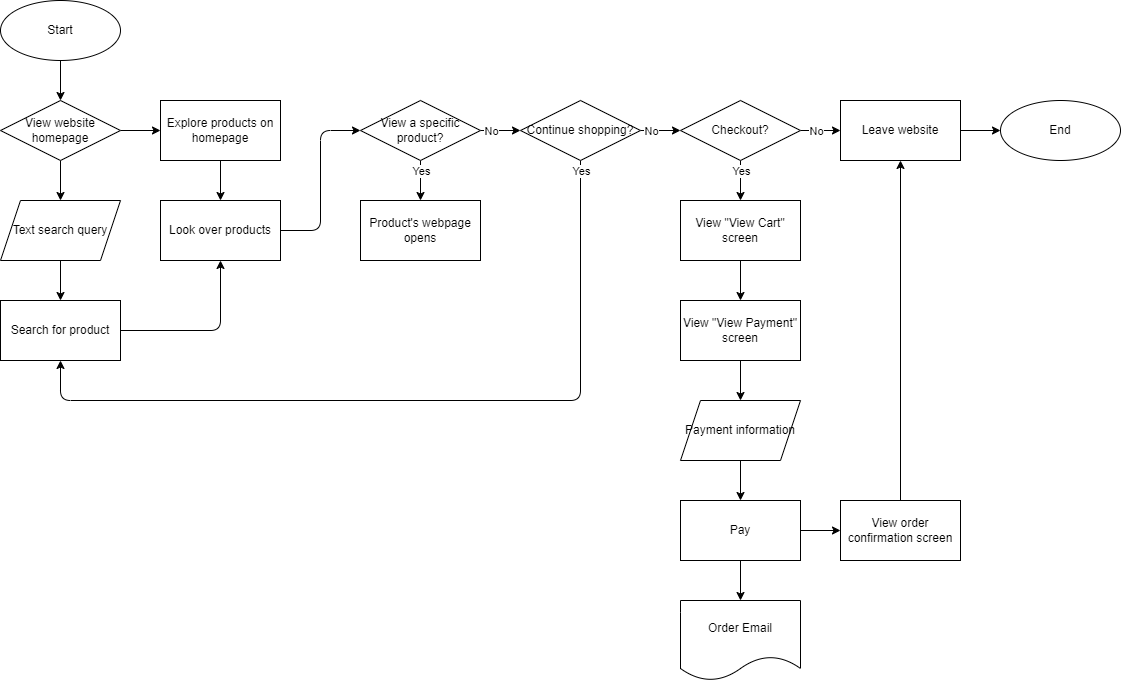
Above: explore/diagramming/diagram.drawio.png in warren231/sp24-cse110-lab4 (draw.io), before the change. Source tidied: cells renumbered, new cells last; positions are measured from the earlier drawing's top-left corner, leaving out a move shared by most shapes. Source of this version:
```xml
<mxGraphModel>
  <root>
    <mxCell id="0" />
    <mxCell id="1" parent="0" />
    <mxCell id="2" style="edgeStyle=none;html=1;" parent="1" edge="1" target="5">
      <mxGeometry relative="1" as="geometry">
        <mxPoint x="120" y="130" as="sourcePoint" />
      </mxGeometry>
    </mxCell>
    <mxCell id="3" style="edgeStyle=none;html=1;entryX=0.5;entryY=0;entryDx=0;entryDy=0;" parent="1" edge="1" target="7">
      <mxGeometry relative="1" as="geometry">
        <mxPoint x="60" y="260" as="sourcePoint" />
      </mxGeometry>
    </mxCell>
    <mxCell id="4" style="edgeStyle=none;html=1;" parent="1" edge="1" source="5" target="9">
      <mxGeometry relative="1" as="geometry" />
    </mxCell>
    <mxCell id="5" value="Explore products on homepage" style="rounded=0;whiteSpace=wrap;html=1;" parent="1" vertex="1">
      <mxGeometry x="160" y="100" width="120" height="60" as="geometry" />
    </mxCell>
    <mxCell id="6" style="edgeStyle=none;html=1;" parent="1" edge="1" source="7" target="9">
      <mxGeometry relative="1" as="geometry">
        <Array as="points">
          <mxPoint x="220" y="330" />
        </Array>
      </mxGeometry>
    </mxCell>
    <mxCell id="7" value="Search for product" style="rounded=0;whiteSpace=wrap;html=1;" parent="1" vertex="1">
      <mxGeometry y="300" width="120" height="60" as="geometry" />
    </mxCell>
    <mxCell id="8" style="edgeStyle=none;html=1;entryX=0;entryY=0.5;entryDx=0;entryDy=0;" parent="1" edge="1" source="9" target="19">
      <mxGeometry relative="1" as="geometry">
        <Array as="points">
          <mxPoint x="320" y="230" />
          <mxPoint x="320" y="130" />
        </Array>
      </mxGeometry>
    </mxCell>
    <mxCell id="9" value="Look over products" style="rounded=0;whiteSpace=wrap;html=1;" parent="1" vertex="1">
      <mxGeometry x="160" y="200" width="120" height="60" as="geometry" />
    </mxCell>
    <mxCell id="10" style="edgeStyle=none;html=1;" parent="1" edge="1" target="12">
      <mxGeometry relative="1" as="geometry">
        <mxPoint x="420" y="160" as="sourcePoint" />
      </mxGeometry>
    </mxCell>
    <mxCell id="11" value="Yes" style="edgeLabel;html=1;align=center;verticalAlign=middle;" parent="10" vertex="1">
      <mxGeometry x="-0.33" y="-2" relative="1" as="geometry">
        <mxPoint x="2" y="-3" as="offset" />
      </mxGeometry>
    </mxCell>
    <mxCell id="12" value="Product's webpage opens" style="rounded=0;whiteSpace=wrap;html=1;" parent="1" vertex="1">
      <mxGeometry x="360" y="200" width="120" height="60" as="geometry" />
    </mxCell>
    <mxCell id="13" style="edgeStyle=none;html=1;" parent="1" edge="1" source="14">
      <mxGeometry relative="1" as="geometry">
        <mxPoint x="60" y="100" as="targetPoint" />
      </mxGeometry>
    </mxCell>
    <mxCell id="14" value="Start" style="ellipse;whiteSpace=wrap;html=1;" parent="1" vertex="1">
      <mxGeometry width="120" height="60" as="geometry" />
    </mxCell>
    <mxCell id="15" value="Text search query" style="shape=parallelogram;perimeter=parallelogramPerimeter;whiteSpace=wrap;html=1;fixedSize=1;" parent="1" vertex="1">
      <mxGeometry y="200" width="120" height="60" as="geometry" />
    </mxCell>
    <mxCell id="16" style="edgeStyle=none;html=1;entryX=0.5;entryY=0;entryDx=0;entryDy=0;" parent="1" edge="1" target="15">
      <mxGeometry relative="1" as="geometry">
        <mxPoint x="60" y="160" as="sourcePoint" />
      </mxGeometry>
    </mxCell>
    <mxCell id="17" style="edgeStyle=none;html=1;" parent="1" edge="1" source="19" target="24">
      <mxGeometry relative="1" as="geometry" />
    </mxCell>
    <mxCell id="18" value="No" style="edgeLabel;html=1;align=center;verticalAlign=middle;" parent="17" vertex="1">
      <mxGeometry x="-0.52" y="5" relative="1" as="geometry">
        <mxPoint y="5" as="offset" />
      </mxGeometry>
    </mxCell>
    <mxCell id="19" value="View a specific product?" style="rhombus;whiteSpace=wrap;html=1;" parent="1" vertex="1">
      <mxGeometry x="360" y="100" width="120" height="60" as="geometry" />
    </mxCell>
    <mxCell id="20" style="edgeStyle=none;html=1;" parent="1" edge="1" source="24" target="29">
      <mxGeometry relative="1" as="geometry" />
    </mxCell>
    <mxCell id="21" value="No" style="edgeLabel;html=1;align=center;verticalAlign=middle;" parent="20" vertex="1">
      <mxGeometry x="-0.26" y="-4" relative="1" as="geometry">
        <mxPoint x="-5" y="-4" as="offset" />
      </mxGeometry>
    </mxCell>
    <mxCell id="22" style="edgeStyle=none;html=1;entryX=0.5;entryY=1;entryDx=0;entryDy=0;" parent="1" edge="1" source="24" target="7">
      <mxGeometry relative="1" as="geometry">
        <Array as="points">
          <mxPoint x="580" y="400" />
          <mxPoint x="60" y="400" />
        </Array>
      </mxGeometry>
    </mxCell>
    <mxCell id="23" value="Yes" style="edgeLabel;html=1;align=center;verticalAlign=middle;" parent="22" vertex="1">
      <mxGeometry x="0.04" relative="1" as="geometry">
        <mxPoint x="178" y="-230" as="offset" />
      </mxGeometry>
    </mxCell>
    <mxCell id="24" value="Continue shopping?" style="rhombus;whiteSpace=wrap;html=1;" parent="1" vertex="1">
      <mxGeometry x="520" y="100" width="120" height="60" as="geometry" />
    </mxCell>
    <mxCell id="25" style="edgeStyle=none;html=1;" parent="1" edge="1" source="29" target="31">
      <mxGeometry relative="1" as="geometry" />
    </mxCell>
    <mxCell id="26" value="No" style="edgeLabel;html=1;align=center;verticalAlign=middle;" parent="25" vertex="1">
      <mxGeometry x="-0.49" y="-5" relative="1" as="geometry">
        <mxPoint x="5" y="-5" as="offset" />
      </mxGeometry>
    </mxCell>
    <mxCell id="27" style="edgeStyle=none;html=1;" parent="1" edge="1" source="29" target="34">
      <mxGeometry relative="1" as="geometry" />
    </mxCell>
    <mxCell id="28" value="Yes" style="edgeLabel;html=1;align=center;verticalAlign=middle;" parent="27" vertex="1">
      <mxGeometry x="-0.45" y="7" relative="1" as="geometry">
        <mxPoint x="-7" y="-1" as="offset" />
      </mxGeometry>
    </mxCell>
    <mxCell id="29" value="Checkout?" style="rhombus;whiteSpace=wrap;html=1;" parent="1" vertex="1">
      <mxGeometry x="680" y="100" width="120" height="60" as="geometry" />
    </mxCell>
    <mxCell id="30" style="edgeStyle=none;html=1;" parent="1" edge="1" source="31" target="32">
      <mxGeometry relative="1" as="geometry" />
    </mxCell>
    <mxCell id="31" value="Leave website" style="whiteSpace=wrap;html=1;" parent="1" vertex="1">
      <mxGeometry x="840" y="100" width="120" height="60" as="geometry" />
    </mxCell>
    <mxCell id="32" value="End" style="ellipse;whiteSpace=wrap;html=1;" parent="1" vertex="1">
      <mxGeometry x="1000" y="100" width="120" height="60" as="geometry" />
    </mxCell>
    <mxCell id="33" style="edgeStyle=none;html=1;" parent="1" edge="1" source="34" target="36">
      <mxGeometry relative="1" as="geometry" />
    </mxCell>
    <mxCell id="34" value="View &quot;View Cart&quot; screen" style="whiteSpace=wrap;html=1;" parent="1" vertex="1">
      <mxGeometry x="680" y="200" width="120" height="60" as="geometry" />
    </mxCell>
    <mxCell id="35" style="edgeStyle=none;html=1;" parent="1" edge="1" source="36" target="38">
      <mxGeometry relative="1" as="geometry" />
    </mxCell>
    <mxCell id="36" value="View &quot;View Payment&quot; screen" style="whiteSpace=wrap;html=1;" parent="1" vertex="1">
      <mxGeometry x="680" y="300" width="120" height="60" as="geometry" />
    </mxCell>
    <mxCell id="37" style="edgeStyle=none;html=1;" parent="1" edge="1" source="38" target="41">
      <mxGeometry relative="1" as="geometry" />
    </mxCell>
    <mxCell id="38" value="Payment information" style="shape=parallelogram;perimeter=parallelogramPerimeter;whiteSpace=wrap;html=1;fixedSize=1;" parent="1" vertex="1">
      <mxGeometry x="680" y="400" width="120" height="60" as="geometry" />
    </mxCell>
    <mxCell id="39" style="edgeStyle=none;html=1;" parent="1" edge="1" source="41" target="44">
      <mxGeometry relative="1" as="geometry" />
    </mxCell>
    <mxCell id="40" style="edgeStyle=none;html=1;" parent="1" edge="1" source="41" target="45">
      <mxGeometry relative="1" as="geometry" />
    </mxCell>
    <mxCell id="41" value="Pay" style="whiteSpace=wrap;html=1;" parent="1" vertex="1">
      <mxGeometry x="680" y="500" width="120" height="60" as="geometry" />
    </mxCell>
    <mxCell id="42" value="View website homepage" style="rhombus;whiteSpace=wrap;html=1;" parent="1" vertex="1">
      <mxGeometry y="100" width="120" height="60" as="geometry" />
    </mxCell>
    <mxCell id="43" style="edgeStyle=none;html=1;entryX=0.5;entryY=1;entryDx=0;entryDy=0;" parent="1" edge="1" source="44" target="31">
      <mxGeometry relative="1" as="geometry" />
    </mxCell>
    <mxCell id="44" value="View order confirmation screen" style="whiteSpace=wrap;html=1;" parent="1" vertex="1">
      <mxGeometry x="840" y="500" width="120" height="60" as="geometry" />
    </mxCell>
    <mxCell id="45" value="Order Email" style="shape=document;whiteSpace=wrap;html=1;boundedLbl=1;" parent="1" vertex="1">
      <mxGeometry x="680" y="600" width="120" height="80" as="geometry" />
    </mxCell>
  </root>
</mxGraphModel>
```
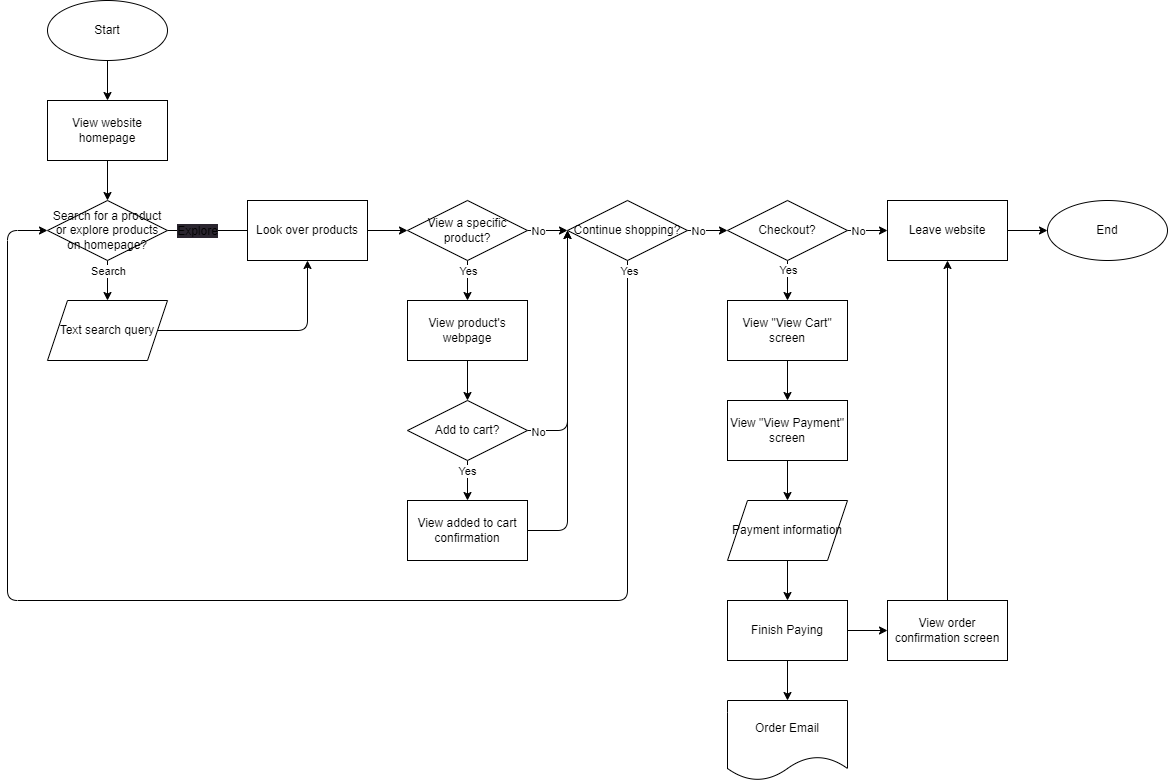
Above is the later version.

Commit message:
Is this what Yes on continue shopping is supposed to lead?

Change to the diagram source:
```diff
@@ -2,42 +2,24 @@
   <root>
     <mxCell id="0" />
     <mxCell id="1" parent="0" />
-    <mxCell id="2" style="edgeStyle=none;html=1;" parent="1" edge="1" target="5">
+    <mxCell id="2" style="edgeStyle=none;html=1;entryX=0.5;entryY=0;entryDx=0;entryDy=0;" parent="1" edge="1" target="9">
       <mxGeometry relative="1" as="geometry">
         <mxPoint x="120" y="130" as="sourcePoint" />
+        <Array as="points">
+          <mxPoint x="220" y="130" />
+        </Array>
       </mxGeometry>
     </mxCell>
-    <mxCell id="3" style="edgeStyle=none;html=1;entryX=0.5;entryY=0;entryDx=0;entryDy=0;" parent="1" edge="1" target="7">
-      <mxGeometry relative="1" as="geometry">
-        <mxPoint x="60" y="260" as="sourcePoint" />
-      </mxGeometry>
-    </mxCell>
-    <mxCell id="4" style="edgeStyle=none;html=1;" parent="1" edge="1" source="5" target="9">
-      <mxGeometry relative="1" as="geometry" />
-    </mxCell>
-    <mxCell id="5" value="Explore products on homepage" style="rounded=0;whiteSpace=wrap;html=1;" parent="1" vertex="1">
-      <mxGeometry x="160" y="100" width="120" height="60" as="geometry" />
-    </mxCell>
-    <mxCell id="6" style="edgeStyle=none;html=1;" parent="1" edge="1" source="7" target="9">
-      <mxGeometry relative="1" as="geometry">
-        <Array as="points">
-          <mxPoint x="220" y="330" />
-        </Array>
-      </mxGeometry>
-    </mxCell>
-    <mxCell id="7" value="Search for product" style="rounded=0;whiteSpace=wrap;html=1;" parent="1" vertex="1">
-      <mxGeometry y="300" width="120" height="60" as="geometry" />
-    </mxCell>
+    <mxCell id="46" value="&lt;span style=&quot;font-size: 12px; background-color: rgb(42, 37, 47);&quot;&gt;Explore&lt;/span&gt;" style="edgeLabel;html=1;align=center;verticalAlign=middle;" parent="2" vertex="1">
+      <mxGeometry x="-0.78" relative="1" as="geometry">
+        <mxPoint x="11" as="offset" />
+      </mxGeometry>
+    </mxCell>
-    <mxCell id="8" style="edgeStyle=none;html=1;entryX=0;entryY=0.5;entryDx=0;entryDy=0;" parent="1" edge="1" source="9" target="19">
-      <mxGeometry relative="1" as="geometry">
-        <Array as="points">
-          <mxPoint x="320" y="230" />
-          <mxPoint x="320" y="130" />
-        </Array>
-      </mxGeometry>
+    <mxCell id="8" style="edgeStyle=none;html=1;" parent="1" edge="1" source="9" target="19">
+      <mxGeometry relative="1" as="geometry" />
     </mxCell>
     <mxCell id="9" value="Look over products" style="rounded=0;whiteSpace=wrap;html=1;" parent="1" vertex="1">
-      <mxGeometry x="160" y="200" width="120" height="60" as="geometry" />
+      <mxGeometry x="200" y="100" width="120" height="60" as="geometry" />
     </mxCell>
     <mxCell id="10" style="edgeStyle=none;html=1;" parent="1" edge="1" target="12">
       <mxGeometry relative="1" as="geometry">
@@ -49,17 +31,25 @@
         <mxPoint x="2" y="-3" as="offset" />
       </mxGeometry>
     </mxCell>
+    <mxCell id="47" style="edgeStyle=none;html=1;entryX=0.5;entryY=0;entryDx=0;entryDy=0;" parent="1" edge="1" source="12" target="55">
+      <mxGeometry relative="1" as="geometry" />
+    </mxCell>
-    <mxCell id="12" value="Product's webpage opens" style="rounded=0;whiteSpace=wrap;html=1;" parent="1" vertex="1">
+    <mxCell id="12" value="View product's webpage" style="rounded=0;whiteSpace=wrap;html=1;" parent="1" vertex="1">
       <mxGeometry x="360" y="200" width="120" height="60" as="geometry" />
     </mxCell>
-    <mxCell id="13" style="edgeStyle=none;html=1;" parent="1" edge="1" source="14">
-      <mxGeometry relative="1" as="geometry">
-        <mxPoint x="60" y="100" as="targetPoint" />
-      </mxGeometry>
-    </mxCell>
+    <mxCell id="48" style="edgeStyle=none;html=1;" parent="1" edge="1" source="14" target="59">
+      <mxGeometry relative="1" as="geometry" />
+    </mxCell>
     <mxCell id="14" value="Start" style="ellipse;whiteSpace=wrap;html=1;" parent="1" vertex="1">
-      <mxGeometry width="120" height="60" as="geometry" />
+      <mxGeometry y="-100" width="120" height="60" as="geometry" />
     </mxCell>
+    <mxCell id="49" style="edgeStyle=none;html=1;" parent="1" edge="1" source="15" target="9">
+      <mxGeometry relative="1" as="geometry">
+        <Array as="points">
+          <mxPoint x="260" y="230" />
+        </Array>
+      </mxGeometry>
+    </mxCell>
     <mxCell id="15" value="Text search query" style="shape=parallelogram;perimeter=parallelogramPerimeter;whiteSpace=wrap;html=1;fixedSize=1;" parent="1" vertex="1">
       <mxGeometry y="200" width="120" height="60" as="geometry" />
     </mxCell>
@@ -68,6 +58,11 @@
         <mxPoint x="60" y="160" as="sourcePoint" />
       </mxGeometry>
     </mxCell>
+    <mxCell id="50" value="Search" style="edgeLabel;html=1;align=center;verticalAlign=middle;" parent="16" vertex="1">
+      <mxGeometry x="-0.47" y="-3" relative="1" as="geometry">
+        <mxPoint x="3" as="offset" />
+      </mxGeometry>
+    </mxCell>
     <mxCell id="17" style="edgeStyle=none;html=1;" parent="1" edge="1" source="19" target="24">
       <mxGeometry relative="1" as="geometry" />
     </mxCell>
@@ -87,17 +82,18 @@
         <mxPoint x="-5" y="-4" as="offset" />
       </mxGeometry>
     </mxCell>
-    <mxCell id="22" style="edgeStyle=none;html=1;entryX=0.5;entryY=1;entryDx=0;entryDy=0;" parent="1" edge="1" source="24" target="7">
+    <mxCell id="22" style="edgeStyle=none;html=1;entryX=0;entryY=0.5;entryDx=0;entryDy=0;" parent="1" edge="1" source="24" target="42">
       <mxGeometry relative="1" as="geometry">
         <Array as="points">
-          <mxPoint x="580" y="400" />
-          <mxPoint x="60" y="400" />
+          <mxPoint x="580" y="500" />
+          <mxPoint x="-40" y="500" />
+          <mxPoint x="-40" y="130" />
         </Array>
       </mxGeometry>
     </mxCell>
     <mxCell id="23" value="Yes" style="edgeLabel;html=1;align=center;verticalAlign=middle;" parent="22" vertex="1">
       <mxGeometry x="0.04" relative="1" as="geometry">
-        <mxPoint x="178" y="-230" as="offset" />
+        <mxPoint x="376" y="-330" as="offset" />
       </mxGeometry>
     </mxCell>
     <mxCell id="24" value="Continue shopping?" style="rhombus;whiteSpace=wrap;html=1;" parent="1" vertex="1">
@@ -108,7 +104,7 @@
     </mxCell>
     <mxCell id="26" value="No" style="edgeLabel;html=1;align=center;verticalAlign=middle;" parent="25" vertex="1">
       <mxGeometry x="-0.49" y="-5" relative="1" as="geometry">
-        <mxPoint x="5" y="-5" as="offset" />
+        <mxPoint y="-5" as="offset" />
       </mxGeometry>
     </mxCell>
     <mxCell id="27" style="edgeStyle=none;html=1;" parent="1" edge="1" source="29" target="34">
@@ -155,10 +151,10 @@
     <mxCell id="40" style="edgeStyle=none;html=1;" parent="1" edge="1" source="41" target="45">
       <mxGeometry relative="1" as="geometry" />
     </mxCell>
-    <mxCell id="41" value="Pay" style="whiteSpace=wrap;html=1;" parent="1" vertex="1">
+    <mxCell id="41" value="Finish Paying" style="whiteSpace=wrap;html=1;" parent="1" vertex="1">
       <mxGeometry x="680" y="500" width="120" height="60" as="geometry" />
     </mxCell>
-    <mxCell id="42" value="View website homepage" style="rhombus;whiteSpace=wrap;html=1;" parent="1" vertex="1">
+    <mxCell id="42" value="Search for a product or explore products on homepage?" style="rhombus;whiteSpace=wrap;html=1;" parent="1" vertex="1">
       <mxGeometry y="100" width="120" height="60" as="geometry" />
     </mxCell>
     <mxCell id="43" style="edgeStyle=none;html=1;entryX=0.5;entryY=1;entryDx=0;entryDy=0;" parent="1" edge="1" source="44" target="31">
@@ -170,5 +166,42 @@
     <mxCell id="45" value="Order Email" style="shape=document;whiteSpace=wrap;html=1;boundedLbl=1;" parent="1" vertex="1">
       <mxGeometry x="680" y="600" width="120" height="80" as="geometry" />
     </mxCell>
+    <mxCell id="51" style="edgeStyle=none;html=1;entryX=0;entryY=0.5;entryDx=0;entryDy=0;" parent="1" edge="1" source="55" target="24">
+      <mxGeometry relative="1" as="geometry">
+        <Array as="points">
+          <mxPoint x="520" y="330" />
+        </Array>
+      </mxGeometry>
+    </mxCell>
+    <mxCell id="52" value="No" style="edgeLabel;html=1;align=center;verticalAlign=middle;" parent="51" vertex="1">
+      <mxGeometry x="-0.35" y="5" relative="1" as="geometry">
+        <mxPoint x="-25" y="38" as="offset" />
+      </mxGeometry>
+    </mxCell>
+    <mxCell id="53" style="edgeStyle=none;html=1;" parent="1" edge="1" source="55" target="57">
+      <mxGeometry relative="1" as="geometry" />
+    </mxCell>
+    <mxCell id="54" value="Yes" style="edgeLabel;html=1;align=center;verticalAlign=middle;" parent="53" vertex="1">
+      <mxGeometry x="-0.46" y="-1" relative="1" as="geometry" />
+    </mxCell>
+    <mxCell id="55" value="Add to cart?" style="rhombus;whiteSpace=wrap;html=1;" parent="1" vertex="1">
+      <mxGeometry x="360" y="300" width="120" height="60" as="geometry" />
+    </mxCell>
+    <mxCell id="56" style="edgeStyle=none;html=1;entryX=0;entryY=0.5;entryDx=0;entryDy=0;" parent="1" edge="1" source="57" target="24">
+      <mxGeometry relative="1" as="geometry">
+        <Array as="points">
+          <mxPoint x="520" y="430" />
+        </Array>
+      </mxGeometry>
+    </mxCell>
+    <mxCell id="57" value="View added to cart confirmation" style="whiteSpace=wrap;html=1;" parent="1" vertex="1">
+      <mxGeometry x="360" y="400" width="120" height="60" as="geometry" />
+    </mxCell>
+    <mxCell id="58" style="edgeStyle=none;html=1;" parent="1" edge="1" source="59" target="42">
+      <mxGeometry relative="1" as="geometry" />
+    </mxCell>
+    <mxCell id="59" value="View website homepage" style="whiteSpace=wrap;html=1;" parent="1" vertex="1">
+      <mxGeometry width="120" height="60" as="geometry" />
+    </mxCell>
   </root>
 </mxGraphModel>
```
